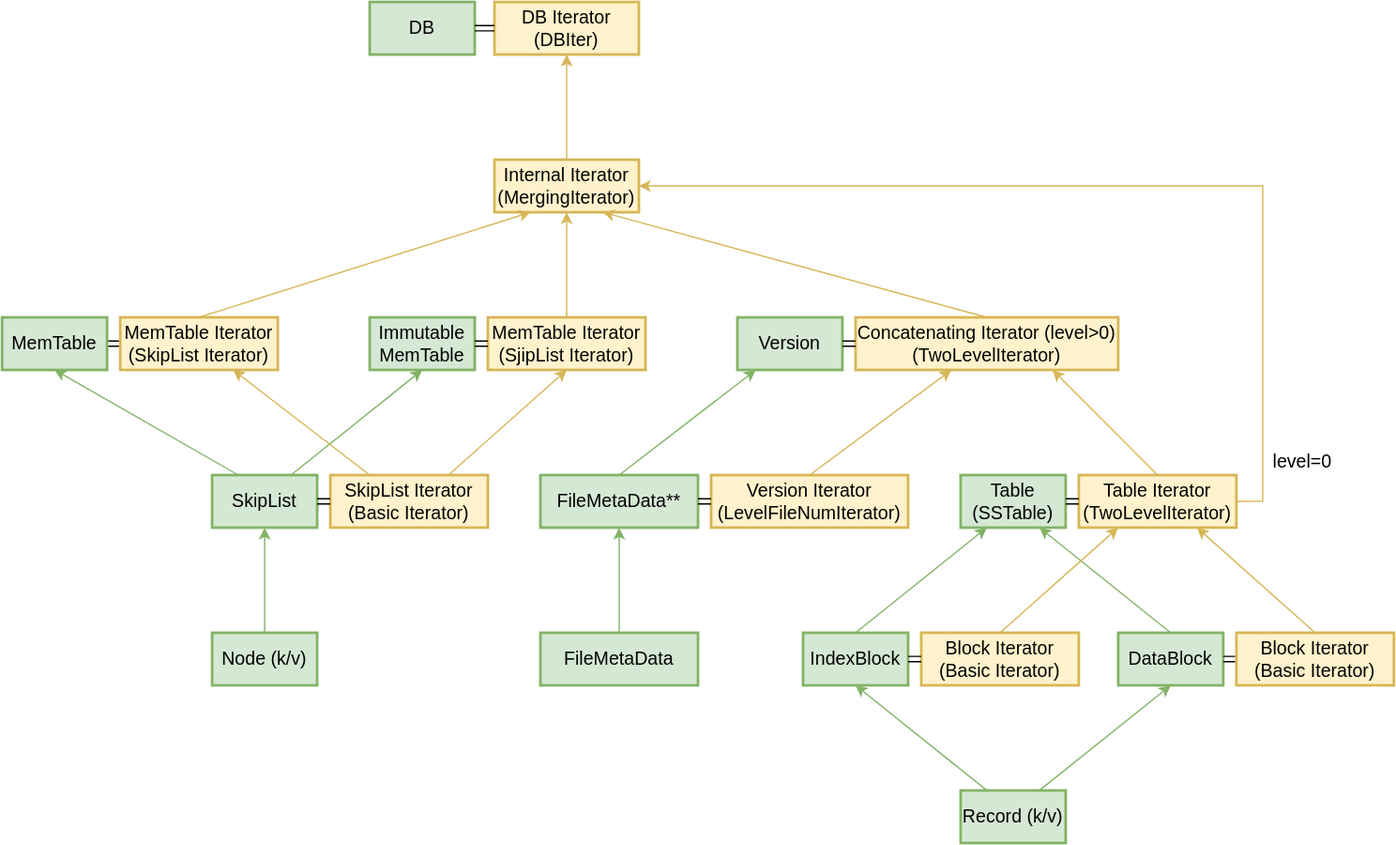
Before: posts/code-reading/leveldb-made-simple/8-iterator/assets/iterator-system.svg, a diagram exported from draw.io (MrCroxx/mrcroxx.github.io). Source tidied: cells renumbered, new cells last; positions are measured from the earlier drawing's top-left corner, leaving out a move shared by most shapes.
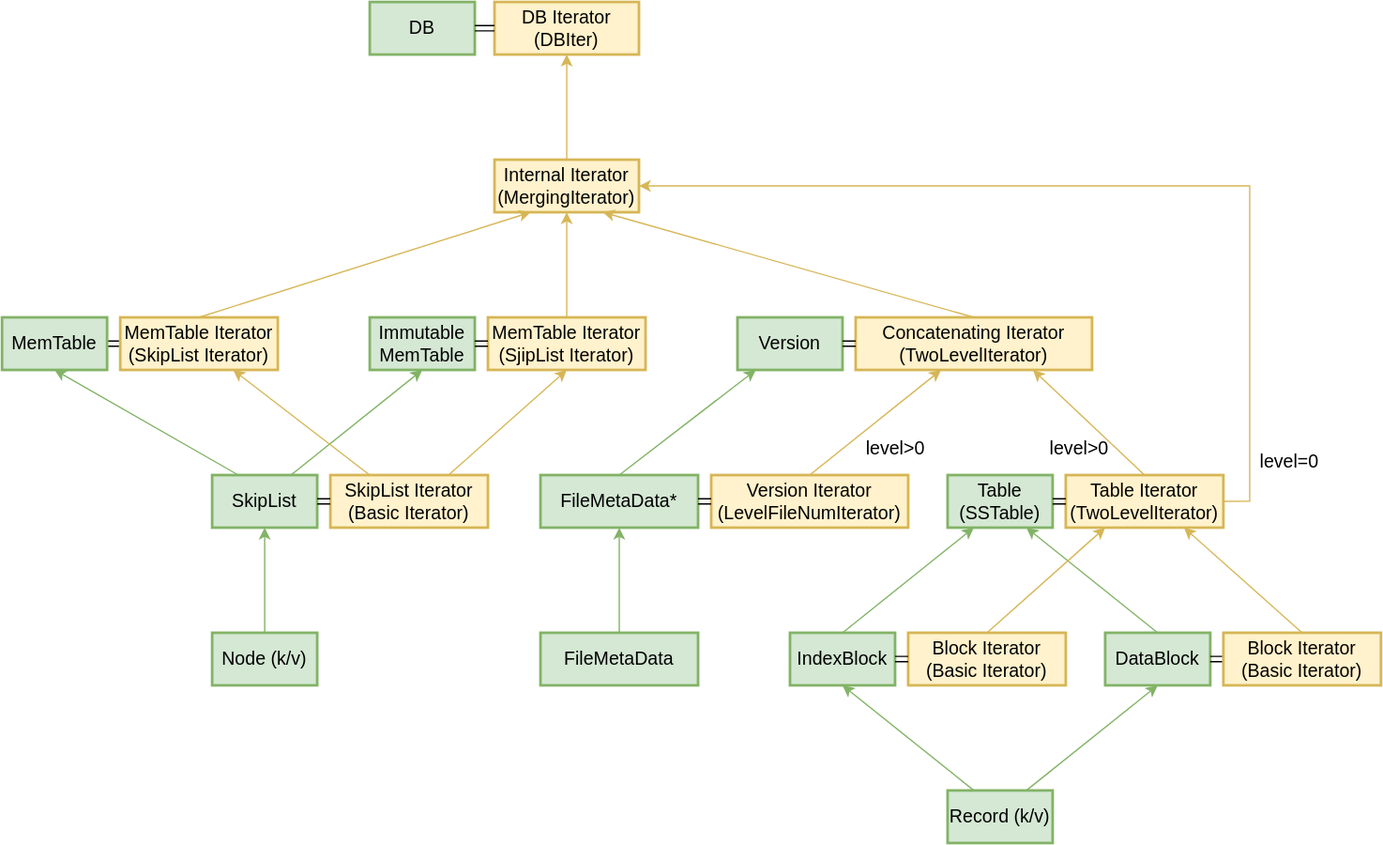
Above is the later version.

Change to the diagram source:
```diff
@@ -33,13 +33,13 @@
       <mxGeometry relative="1" as="geometry" />
     </mxCell>
     <mxCell id="12" value="&lt;font style=&quot;font-size: 14px&quot;&gt;Record (k/v)&lt;br&gt;&lt;/font&gt;" style="rounded=0;whiteSpace=wrap;html=1;fillColor=#d5e8d4;strokeColor=#82b366;strokeWidth=2;" parent="1" vertex="1">
-      <mxGeometry x="730" y="600" width="80" height="40" as="geometry" />
+      <mxGeometry x="720" y="600" width="80" height="40" as="geometry" />
     </mxCell>
     <mxCell id="13" style="edgeStyle=none;rounded=0;jettySize=auto;html=1;exitX=0.5;exitY=0;exitDx=0;exitDy=0;entryX=0.75;entryY=1;entryDx=0;entryDy=0;endArrow=classic;endFill=1;strokeWidth=1;fontSize=12;fillColor=#d5e8d4;strokeColor=#82b366;" parent="1" edge="1" source="14" target="23">
       <mxGeometry relative="1" as="geometry" />
     </mxCell>
     <mxCell id="14" value="&lt;font style=&quot;font-size: 14px&quot;&gt;DataBlock&lt;br&gt;&lt;/font&gt;" style="rounded=0;whiteSpace=wrap;html=1;fillColor=#d5e8d4;strokeColor=#82b366;strokeWidth=2;" parent="1" vertex="1">
-      <mxGeometry x="850" y="480" width="80" height="40" as="geometry" />
+      <mxGeometry x="840" y="480" width="80" height="40" as="geometry" />
     </mxCell>
     <mxCell id="15" style="rounded=0;jettySize=auto;html=1;exitX=1;exitY=0.5;exitDx=0;exitDy=0;entryX=0;entryY=0.5;entryDx=0;entryDy=0;strokeWidth=1;shape=link;" parent="1" edge="1" source="14" target="17">
       <mxGeometry relative="1" as="geometry" />
@@ -48,25 +48,25 @@
       <mxGeometry relative="1" as="geometry" />
     </mxCell>
     <mxCell id="17" value="&lt;font style=&quot;font-size: 14px&quot;&gt;Block Iterator&lt;br&gt;(Basic Iterator)&lt;br&gt;&lt;/font&gt;" style="rounded=0;whiteSpace=wrap;html=1;fillColor=#fff2cc;strokeColor=#d6b656;strokeWidth=2;" parent="1" vertex="1">
-      <mxGeometry x="940" y="480" width="120" height="40" as="geometry" />
+      <mxGeometry x="930" y="480" width="120" height="40" as="geometry" />
     </mxCell>
     <mxCell id="18" style="edgeStyle=none;rounded=0;jettySize=auto;html=1;exitX=0.5;exitY=0;exitDx=0;exitDy=0;entryX=0.25;entryY=1;entryDx=0;entryDy=0;endArrow=classic;endFill=1;strokeWidth=1;fontSize=12;fillColor=#d5e8d4;strokeColor=#82b366;" parent="1" edge="1" source="19" target="23">
       <mxGeometry relative="1" as="geometry" />
     </mxCell>
     <mxCell id="19" value="&lt;font style=&quot;font-size: 14px&quot;&gt;IndexBlock&lt;br&gt;&lt;/font&gt;" style="rounded=0;whiteSpace=wrap;html=1;fillColor=#d5e8d4;strokeColor=#82b366;strokeWidth=2;" parent="1" vertex="1">
-      <mxGeometry x="610" y="480" width="80" height="40" as="geometry" />
+      <mxGeometry x="600" y="480" width="80" height="40" as="geometry" />
     </mxCell>
     <mxCell id="20" style="edgeStyle=none;rounded=0;jettySize=auto;html=1;exitX=0.5;exitY=0;exitDx=0;exitDy=0;entryX=0.25;entryY=1;entryDx=0;entryDy=0;endArrow=classic;endFill=1;strokeWidth=1;fontSize=12;fillColor=#fff2cc;strokeColor=#d6b656;" parent="1" edge="1" source="21" target="26">
       <mxGeometry relative="1" as="geometry" />
     </mxCell>
     <mxCell id="21" value="&lt;font style=&quot;font-size: 14px&quot;&gt;Block Iterator&lt;br&gt;(Basic Iterator)&lt;br&gt;&lt;/font&gt;" style="rounded=0;whiteSpace=wrap;html=1;fillColor=#fff2cc;strokeColor=#d6b656;strokeWidth=2;" parent="1" vertex="1">
-      <mxGeometry x="700" y="480" width="120" height="40" as="geometry" />
+      <mxGeometry x="690" y="480" width="120" height="40" as="geometry" />
     </mxCell>
     <mxCell id="22" style="rounded=0;jettySize=auto;html=1;exitX=1;exitY=0.5;exitDx=0;exitDy=0;strokeWidth=1;shape=link;entryX=0;entryY=0.5;entryDx=0;entryDy=0;" parent="1" edge="1" source="19" target="21">
       <mxGeometry relative="1" as="geometry" />
     </mxCell>
     <mxCell id="23" value="&lt;font style=&quot;font-size: 14px&quot;&gt;Table&lt;br&gt;(SSTable)&lt;br&gt;&lt;/font&gt;" style="rounded=0;whiteSpace=wrap;html=1;fillColor=#d5e8d4;strokeColor=#82b366;strokeWidth=2;" parent="1" vertex="1">
-      <mxGeometry x="730" y="360" width="80" height="40" as="geometry" />
+      <mxGeometry x="720" y="360" width="80" height="40" as="geometry" />
     </mxCell>
     <mxCell id="24" style="edgeStyle=none;rounded=0;jettySize=auto;html=1;exitX=0.5;exitY=0;exitDx=0;exitDy=0;entryX=0.75;entryY=1;entryDx=0;entryDy=0;endArrow=classic;endFill=1;strokeWidth=1;fontSize=12;fillColor=#fff2cc;strokeColor=#d6b656;" parent="1" edge="1" source="26" target="43">
       <mxGeometry relative="1" as="geometry" />
@@ -75,7 +75,7 @@
       <mxGeometry relative="1" as="geometry" />
     </mxCell>
     <mxCell id="26" value="&lt;font style=&quot;font-size: 14px&quot;&gt;Table Iterator&lt;br&gt;(TwoLevelIterator)&lt;br&gt;&lt;/font&gt;" style="rounded=0;whiteSpace=wrap;html=1;fillColor=#fff2cc;strokeColor=#d6b656;strokeWidth=2;" parent="1" vertex="1">
-      <mxGeometry x="820" y="360" width="120" height="40" as="geometry" />
+      <mxGeometry x="810" y="360" width="120" height="40" as="geometry" />
     </mxCell>
     <mxCell id="27" style="rounded=0;jettySize=auto;html=1;exitX=1;exitY=0.5;exitDx=0;exitDy=0;strokeWidth=1;shape=link;entryX=0;entryY=0.5;entryDx=0;entryDy=0;" parent="1" edge="1" source="23" target="26">
       <mxGeometry relative="1" as="geometry" />
@@ -125,8 +125,8 @@
     <mxCell id="42" style="edgeStyle=none;rounded=0;jettySize=auto;html=1;exitX=0.5;exitY=0;exitDx=0;exitDy=0;entryX=0.75;entryY=1;entryDx=0;entryDy=0;endArrow=classic;endFill=1;strokeWidth=1;fontSize=12;fillColor=#fff2cc;strokeColor=#d6b656;" parent="1" edge="1" source="43" target="30">
       <mxGeometry relative="1" as="geometry" />
     </mxCell>
-    <mxCell id="43" value="&lt;font style=&quot;font-size: 14px&quot;&gt;Concatenating Iterator (level&amp;gt;0)&lt;br&gt;(TwoLevelIterator)&lt;br&gt;&lt;/font&gt;" style="rounded=0;whiteSpace=wrap;html=1;fillColor=#fff2cc;strokeColor=#d6b656;strokeWidth=2;" parent="1" vertex="1">
-      <mxGeometry x="650" y="240" width="200" height="40" as="geometry" />
+    <mxCell id="43" value="&lt;font style=&quot;font-size: 14px&quot;&gt;Concatenating Iterator&lt;br&gt;(TwoLevelIterator)&lt;br&gt;&lt;/font&gt;" style="rounded=0;whiteSpace=wrap;html=1;fillColor=#fff2cc;strokeColor=#d6b656;strokeWidth=2;" parent="1" vertex="1">
+      <mxGeometry x="650" y="240" width="180" height="40" as="geometry" />
     </mxCell>
     <mxCell id="44" value="&lt;font style=&quot;font-size: 14px&quot;&gt;Version&lt;br&gt;&lt;/font&gt;" style="rounded=0;whiteSpace=wrap;html=1;fillColor=#d5e8d4;strokeColor=#82b366;strokeWidth=2;" parent="1" vertex="1">
       <mxGeometry x="560" y="240" width="80" height="40" as="geometry" />
@@ -134,7 +134,7 @@
     <mxCell id="45" style="edgeStyle=none;rounded=0;jettySize=auto;html=1;exitX=0.5;exitY=0;exitDx=0;exitDy=0;endArrow=classic;endFill=1;strokeWidth=1;fontSize=12;fillColor=#d5e8d4;strokeColor=#82b366;" parent="1" edge="1" source="46" target="44">
       <mxGeometry relative="1" as="geometry" />
     </mxCell>
-    <mxCell id="46" value="&lt;font style=&quot;font-size: 14px&quot;&gt;FileMetaData**&lt;br&gt;&lt;/font&gt;" style="rounded=0;whiteSpace=wrap;html=1;fillColor=#d5e8d4;strokeColor=#82b366;strokeWidth=2;" parent="1" vertex="1">
+    <mxCell id="46" value="&lt;font style=&quot;font-size: 14px&quot;&gt;FileMetaData*&lt;br&gt;&lt;/font&gt;" style="rounded=0;whiteSpace=wrap;html=1;fillColor=#d5e8d4;strokeColor=#82b366;strokeWidth=2;" parent="1" vertex="1">
       <mxGeometry x="410" y="360" width="120" height="40" as="geometry" />
     </mxCell>
     <mxCell id="47" style="rounded=0;jettySize=auto;html=1;exitX=1;exitY=0.5;exitDx=0;exitDy=0;strokeWidth=1;shape=link;entryX=0;entryY=0.5;entryDx=0;entryDy=0;" parent="1" edge="1" source="46" target="41">
@@ -156,7 +156,13 @@
       <mxGeometry relative="1" as="geometry" />
     </mxCell>
     <mxCell id="53" value="&lt;span style=&quot;font-size: 14px&quot;&gt;level=0&lt;/span&gt;" style="text;html=1;align=center;verticalAlign=middle;" parent="1" vertex="1">
-      <mxGeometry x="960" y="340" width="60" height="20" as="geometry" />
+      <mxGeometry x="950" y="340" width="60" height="20" as="geometry" />
     </mxCell>
+    <mxCell id="54" value="&lt;span style=&quot;font-size: 14px&quot;&gt;level&amp;gt;0&lt;/span&gt;" style="text;html=1;align=center;verticalAlign=middle;" parent="1" vertex="1">
+      <mxGeometry x="650" y="330" width="60" height="20" as="geometry" />
+    </mxCell>
+    <mxCell id="55" value="&lt;span style=&quot;font-size: 14px&quot;&gt;level&amp;gt;0&lt;/span&gt;" style="text;html=1;align=center;verticalAlign=middle;" parent="1" vertex="1">
+      <mxGeometry x="790" y="330" width="60" height="20" as="geometry" />
+    </mxCell>
   </root>
 </mxGraphModel>
```
